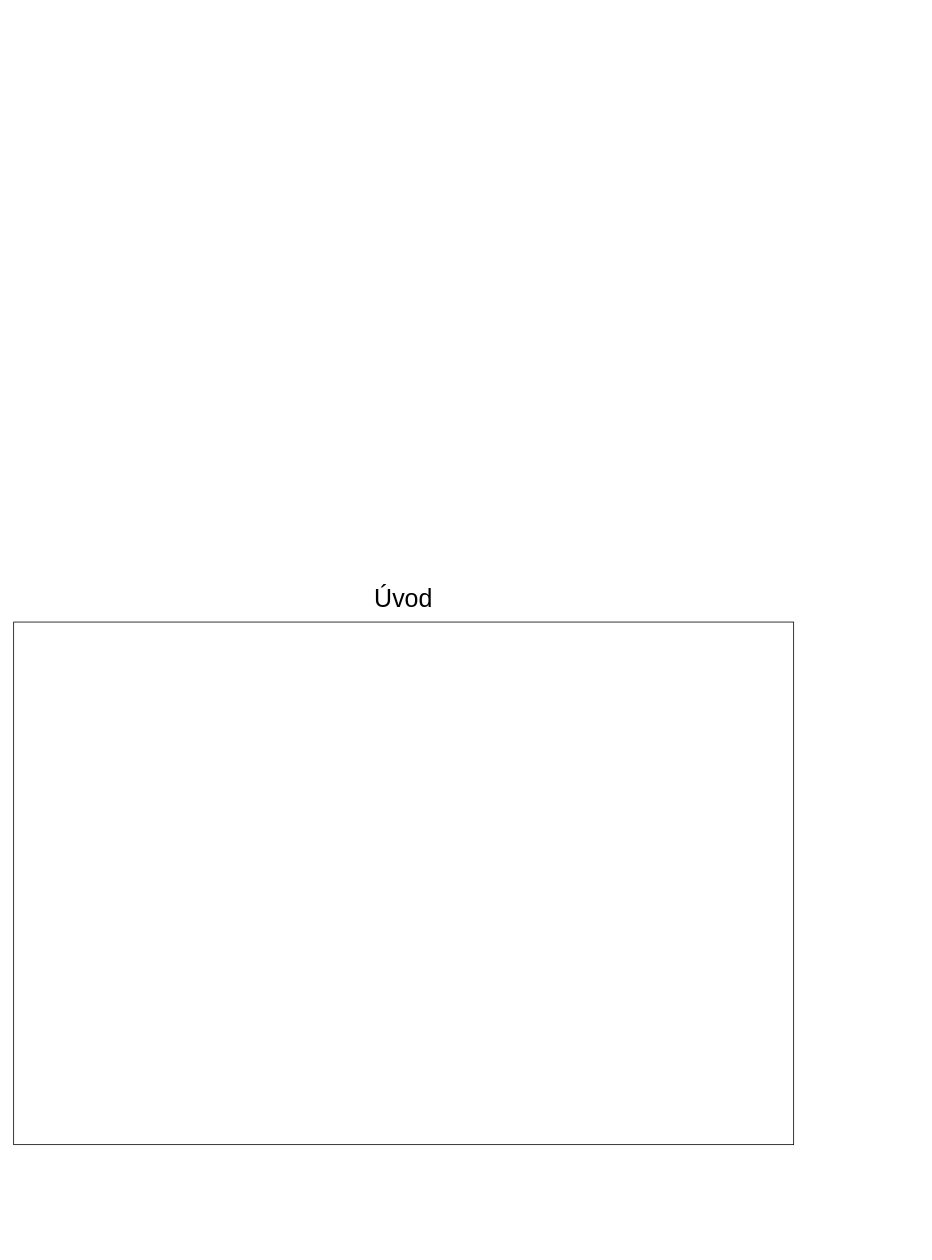
Earlier version of the draw.io diagram page "Úvod" (2 of 7) of analyza.drawio (hroudaadam/Web-design-semestralni-projekt). Source tidied: cells renumbered, new cells numbered last; positions are measured from the earlier drawing's top-left corner, leaving out a move shared by most shapes. Both pictures are drawn from the tidied source at 78%, with x=0, y=0 at pixel (13, 583).
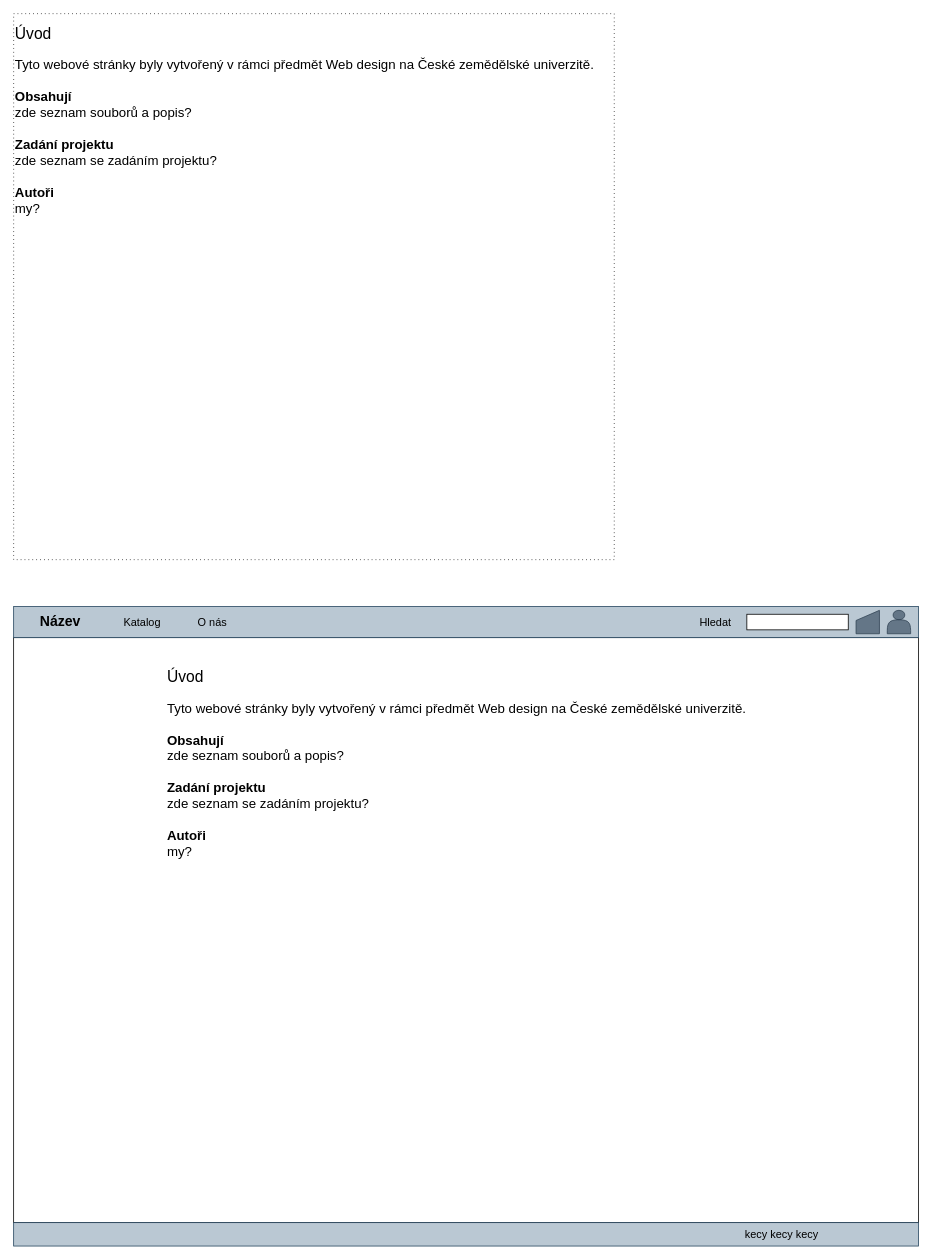
Above is the later version.

What changed in the source:
```diff
@@
 <mxGraphModel>
   <root>
     <mxCell id="0" />
     <mxCell id="1" parent="0" />
-    <mxCell id="2" style="rounded=0;whiteSpace=wrap;html=1;" parent="1" vertex="1">
-      <mxGeometry y="50" width="1000" height="670" as="geometry" />
-    </mxCell>
-    <mxCell id="3" value="Úvod" style="text;html=1;strokeColor=none;fillColor=none;align=center;verticalAlign=middle;whiteSpace=wrap;rounded=0;fontSize=32;" parent="1" vertex="1">
-      <mxGeometry x="370" width="260" height="40" as="geometry" />
-    </mxCell>
+    <mxCell id="4" style="rounded=0;whiteSpace=wrap;html=1;dashed=1;dashPattern=1 4;" parent="1" vertex="1">
+      <mxGeometry y="-730" width="770" height="700" as="geometry" />
+    </mxCell>
+    <mxCell id="5" value="Úvod" style="text;html=1;strokeColor=none;fillColor=none;align=left;verticalAlign=middle;whiteSpace=wrap;rounded=0;fontSize=20;" parent="1" vertex="1">
+      <mxGeometry y="-730" width="240" height="50" as="geometry" />
+    </mxCell>
+    <mxCell id="6" value="Tyto webové stránky byly vytvořený v rámci předmět Web design na České zemědělské univerzitě.&lt;br&gt;&lt;b&gt;&lt;br&gt;Obsahují&lt;br&gt;&lt;/b&gt;zde seznam souborů a popis?&lt;br&gt;&lt;b&gt;&lt;br&gt;Zadání projektu&lt;br&gt;&lt;/b&gt;zde seznam se zadáním projektu?&lt;br&gt;&lt;b&gt;&lt;br&gt;Autoři&lt;br&gt;&lt;/b&gt;my?" style="text;html=1;strokeColor=none;fillColor=none;align=left;verticalAlign=top;whiteSpace=wrap;rounded=0;fontSize=17;" parent="1" vertex="1">
+      <mxGeometry y="-680" width="770" height="300" as="geometry" />
+    </mxCell>
+    <mxCell id="7" style="rounded=0;whiteSpace=wrap;html=1;" parent="1" vertex="1">
+      <mxGeometry y="70" width="1160" height="750" as="geometry" />
+    </mxCell>
+    <mxCell id="8" style="rounded=0;whiteSpace=wrap;html=1;fillColor=#bac8d3;strokeColor=#23445d;" parent="1" vertex="1">
+      <mxGeometry y="30" width="1160" height="40" as="geometry" />
+    </mxCell>
+    <mxCell id="9" value="Název" style="text;html=1;strokeColor=none;fillColor=none;align=center;verticalAlign=middle;whiteSpace=wrap;rounded=0;fontStyle=1;fontSize=18;" parent="1" vertex="1">
+      <mxGeometry x="20" y="40" width="80" height="20" as="geometry" />
+    </mxCell>
+    <mxCell id="10" value="Katalog" style="text;html=1;strokeColor=none;fillColor=none;align=center;verticalAlign=middle;whiteSpace=wrap;rounded=0;fontSize=14;" parent="1" vertex="1">
+      <mxGeometry x="110" y="40" width="110" height="20" as="geometry" />
+    </mxCell>
+    <mxCell id="11" style="shape=actor;whiteSpace=wrap;html=1;fontSize=14;fillColor=#647687;strokeColor=#314354;fontColor=#ffffff;" parent="1" vertex="1">
+      <mxGeometry x="1120" y="35" width="30" height="30" as="geometry" />
+    </mxCell>
+    <mxCell id="12" style="shape=manualInput;whiteSpace=wrap;html=1;fontSize=14;size=13;fillColor=#647687;strokeColor=#314354;fontColor=#ffffff;" parent="1" vertex="1">
+      <mxGeometry x="1080" y="35" width="30" height="30" as="geometry" />
+    </mxCell>
+    <mxCell id="13" style="rounded=0;whiteSpace=wrap;html=1;fontSize=14;" parent="1" vertex="1">
+      <mxGeometry x="940" y="40" width="130" height="20" as="geometry" />
+    </mxCell>
+    <mxCell id="14" value="Hledat" style="text;html=1;strokeColor=none;fillColor=none;align=center;verticalAlign=middle;whiteSpace=wrap;rounded=0;fontSize=14;" parent="1" vertex="1">
+      <mxGeometry x="870" y="40" width="60" height="20" as="geometry" />
+    </mxCell>
+    <mxCell id="15" value="O nás" style="text;html=1;strokeColor=none;fillColor=none;align=center;verticalAlign=middle;whiteSpace=wrap;rounded=0;fontSize=14;" parent="1" vertex="1">
+      <mxGeometry x="200" y="40" width="110" height="20" as="geometry" />
+    </mxCell>
+    <mxCell id="16" style="rounded=0;whiteSpace=wrap;html=1;fillColor=#bac8d3;strokeColor=#23445d;" parent="1" vertex="1">
+      <mxGeometry y="820" width="1160" height="30" as="geometry" />
+    </mxCell>
+    <mxCell id="17" value="kecy kecy kecy" style="text;html=1;strokeColor=none;fillColor=none;align=center;verticalAlign=middle;whiteSpace=wrap;rounded=0;fontSize=14;" parent="1" vertex="1">
+      <mxGeometry x="820" y="825" width="330" height="20" as="geometry" />
+    </mxCell>
+    <mxCell id="18" style="rounded=0;whiteSpace=wrap;html=1;dashed=1;dashPattern=1 4;strokeColor=none;" parent="1" vertex="1">
+      <mxGeometry x="195" y="95" width="770" height="700" as="geometry" />
+    </mxCell>
+    <mxCell id="19" value="Úvod" style="text;html=1;strokeColor=none;fillColor=none;align=left;verticalAlign=middle;whiteSpace=wrap;rounded=0;fontSize=20;" parent="1" vertex="1">
+      <mxGeometry x="195" y="95" width="240" height="50" as="geometry" />
+    </mxCell>
+    <mxCell id="20" value="Tyto webové stránky byly vytvořený v rámci předmět Web design na České zemědělské univerzitě.&lt;br&gt;&lt;b&gt;&lt;br&gt;Obsahují&lt;br&gt;&lt;/b&gt;zde seznam souborů a popis?&lt;br&gt;&lt;b&gt;&lt;br&gt;Zadání projektu&lt;br&gt;&lt;/b&gt;zde seznam se zadáním projektu?&lt;br&gt;&lt;b&gt;&lt;br&gt;Autoři&lt;br&gt;&lt;/b&gt;my?" style="text;html=1;strokeColor=none;fillColor=none;align=left;verticalAlign=top;whiteSpace=wrap;rounded=0;fontSize=17;" parent="1" vertex="1">
+      <mxGeometry x="195" y="145" width="770" height="300" as="geometry" />
+    </mxCell>
   </root>
 </mxGraphModel>
```
